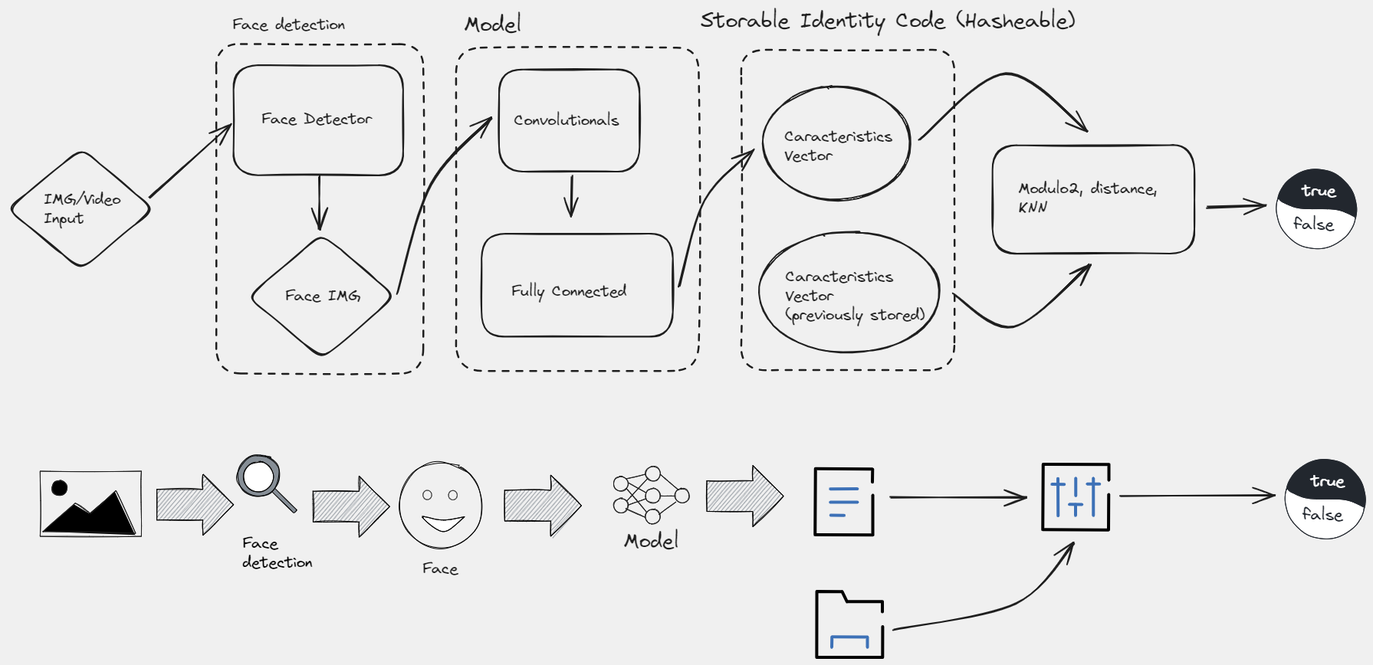
Above: project/doc/concept.excalidraw.png in NelsonCC1812/VC_practicas (Excalidraw), before the change. Source tidied: one line per element, renumbered; positions are measured from the earlier drawing's top-left corner, leaving out a move shared by most shapes.
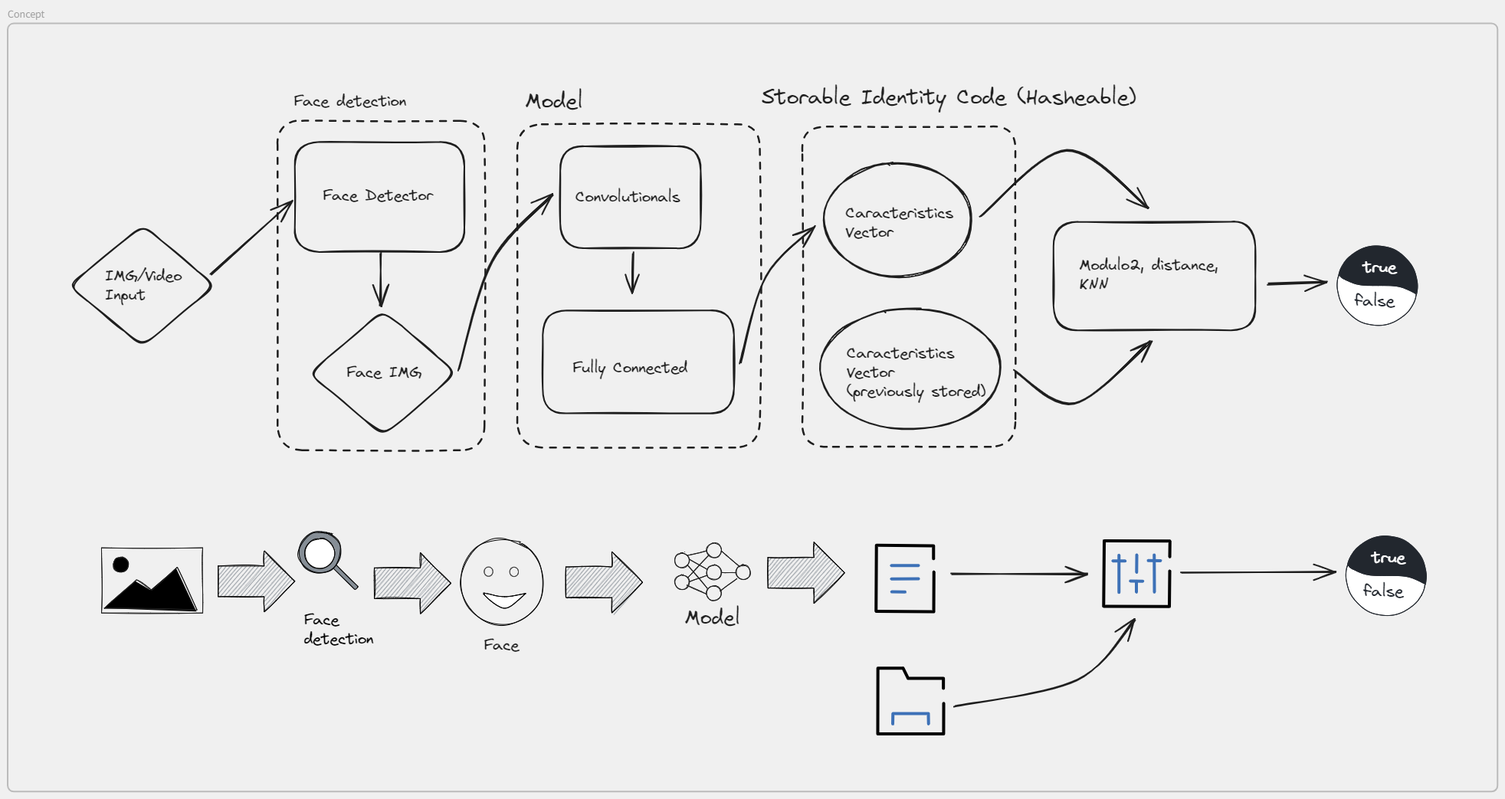
The same diagram one commit later.

Commit message:
P: modified concept img

Diff of the diagram source:
```diff
@@ -86,3 +86,4 @@
 {"id": 85, "type": "line", "strokeColor": "#22272e", "angle": 3.14, "backgroundColor": "#ffffff", "fillStyle": "solid", "strokeWidth": 1, "roughness": 0, "round": true, "x": 1666, "y": 670, "width": 103, "height": 64, "points": [[0, 0], [26, 10], [72, 12], [94, 19], [101, 23], [103, 6], [96, -16], [76, -35], [53, -41], [32, -38], [14, -26], [3, -12], [0, 0]]}
 {"id": 86, "type": "text", "text": "false", "strokeColor": "#22272e", "backgroundColor": "#ffffff", "fillStyle": "solid", "strokeWidth": 1, "roughness": 0, "fontSize": 20.75, "fontFamily": 1, "textAlign": "center", "x": 1689, "y": 650, "width": 52, "height": 27}
 {"id": 87, "type": "text", "text": "Face", "strokeColor": "#1e1e1e", "strokeWidth": 2, "roughness": 1, "fontSize": 20, "fontFamily": 1, "x": 541, "y": 720, "width": 46, "height": 25}
+{"id": 88, "type": "frame", "strokeColor": "#bbb", "strokeWidth": 2, "roughness": 0, "x": -80, "y": -80, "width": 1944, "height": 1003}
```
